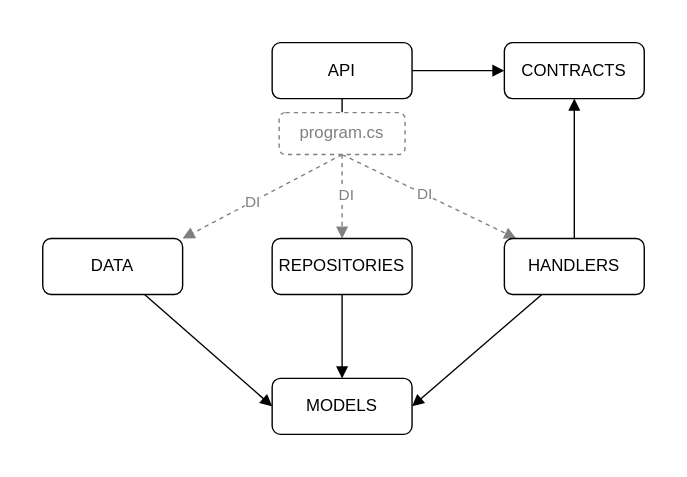
This is docs/diagrams/backend.drawio.svg from livun/bouvet-asset-hub, a draw.io export, as it was before one commit. Source tidied: cells renumbered, new cells last; positions are measured from the earlier drawing's top-left corner, leaving out a move shared by most shapes.
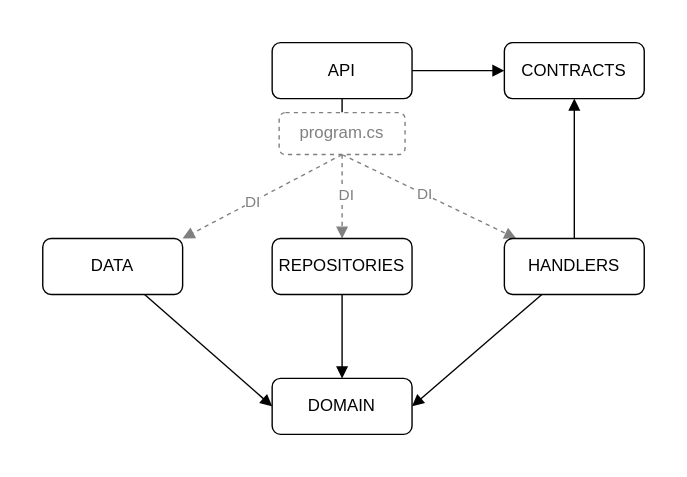
The same file after the commit.

The edit, as a diff of the source:
```diff
@@ -44,7 +44,7 @@
     <mxCell id="15" value="HANDLERS" style="rounded=1;whiteSpace=wrap;html=1;" parent="1" vertex="1">
       <mxGeometry x="330" y="140" width="100" height="40" as="geometry" />
     </mxCell>
-    <mxCell id="16" value="MODELS" style="rounded=1;whiteSpace=wrap;html=1;" parent="1" vertex="1">
+    <mxCell id="16" value="DOMAIN" style="rounded=1;whiteSpace=wrap;html=1;" parent="1" vertex="1">
       <mxGeometry x="164" y="240" width="100" height="40" as="geometry" />
     </mxCell>
     <mxCell id="17" style="edgeStyle=none;html=1;entryX=0;entryY=0.5;entryDx=0;entryDy=0;endArrow=block;endFill=1;" parent="1" edge="1" source="18" target="16">
```
